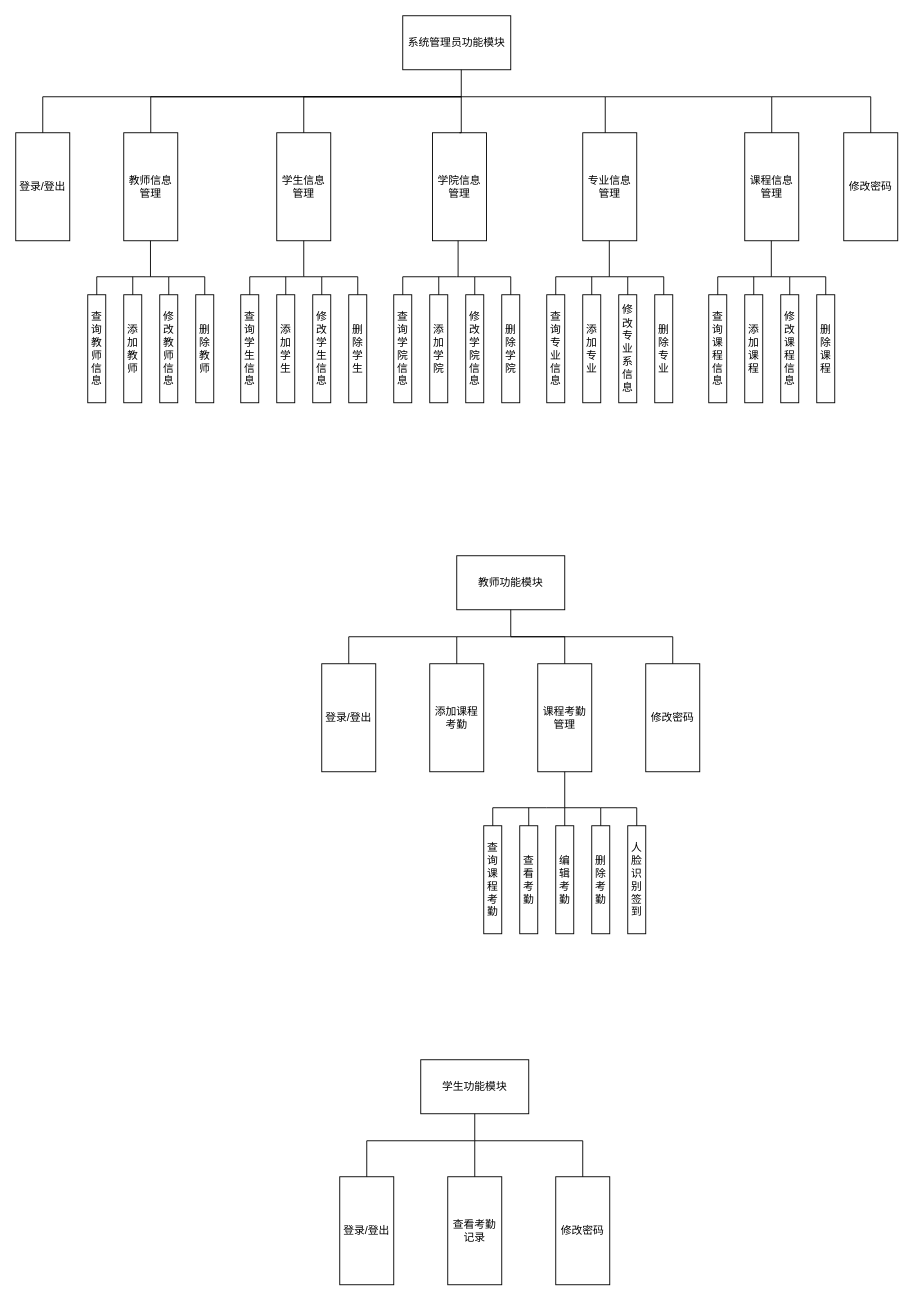
cryingworld/diagram keeps this draw.io diagram as function.drawio. Above is the earlier version. Source tidied: cells renumbered, new cells numbered last; positions are measured from the earlier drawing's top-left corner, leaving out a move shared by most shapes. Both pictures are drawn from the tidied source at 90%, with x=0, y=0 at pixel (15, 15).
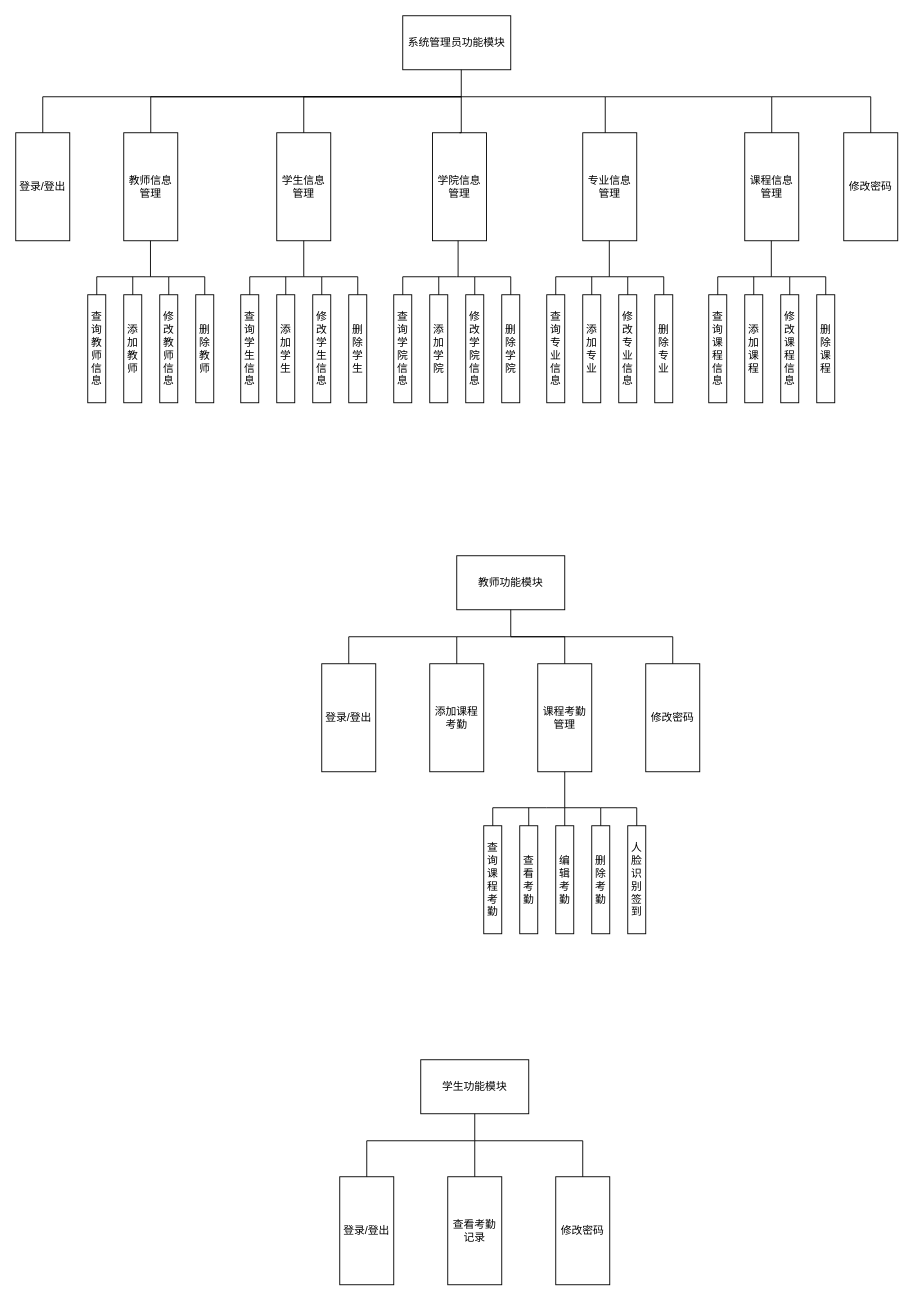
The same page after the edit.

Change to the diagram source:
```diff
@@
-    <mxCell id="36" value="修改专业系信息" style="rounded=0;whiteSpace=wrap;html=1;" parent="1" vertex="1">
+    <mxCell id="36" value="修改专业信息" style="rounded=0;whiteSpace=wrap;html=1;" parent="1" vertex="1">
       <mxGeometry x="670" y="310" width="20" height="120" as="geometry" />
     </mxCell>
```
